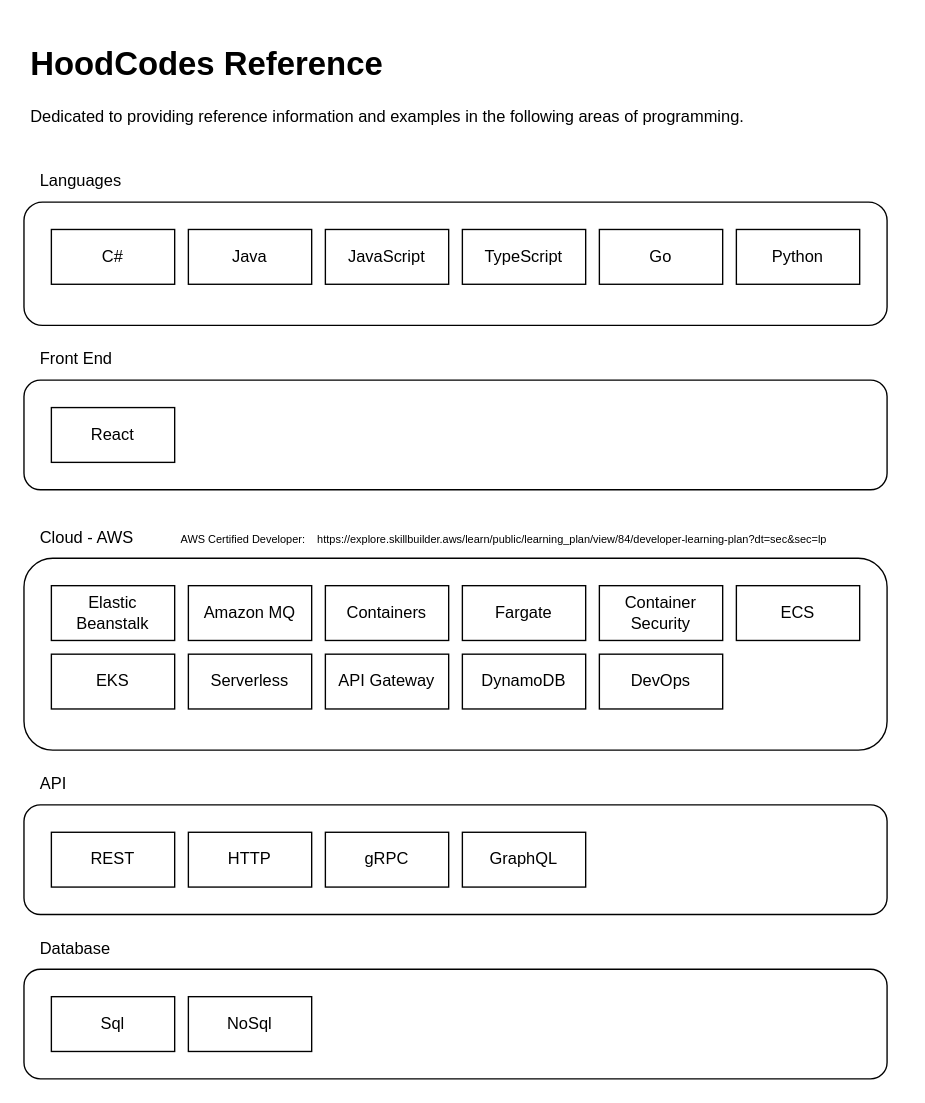
hoodcodes/hoodcodes-reference keeps this draw.io diagram as assets/Topics.drawio. Above is the earlier version. Source tidied: cells renumbered, new cells numbered last; positions are measured from the earlier drawing's top-left corner, leaving out a move shared by most shapes. Both pictures are drawn from the tidied source at 137%, with x=0, y=0 at pixel (23, 37).
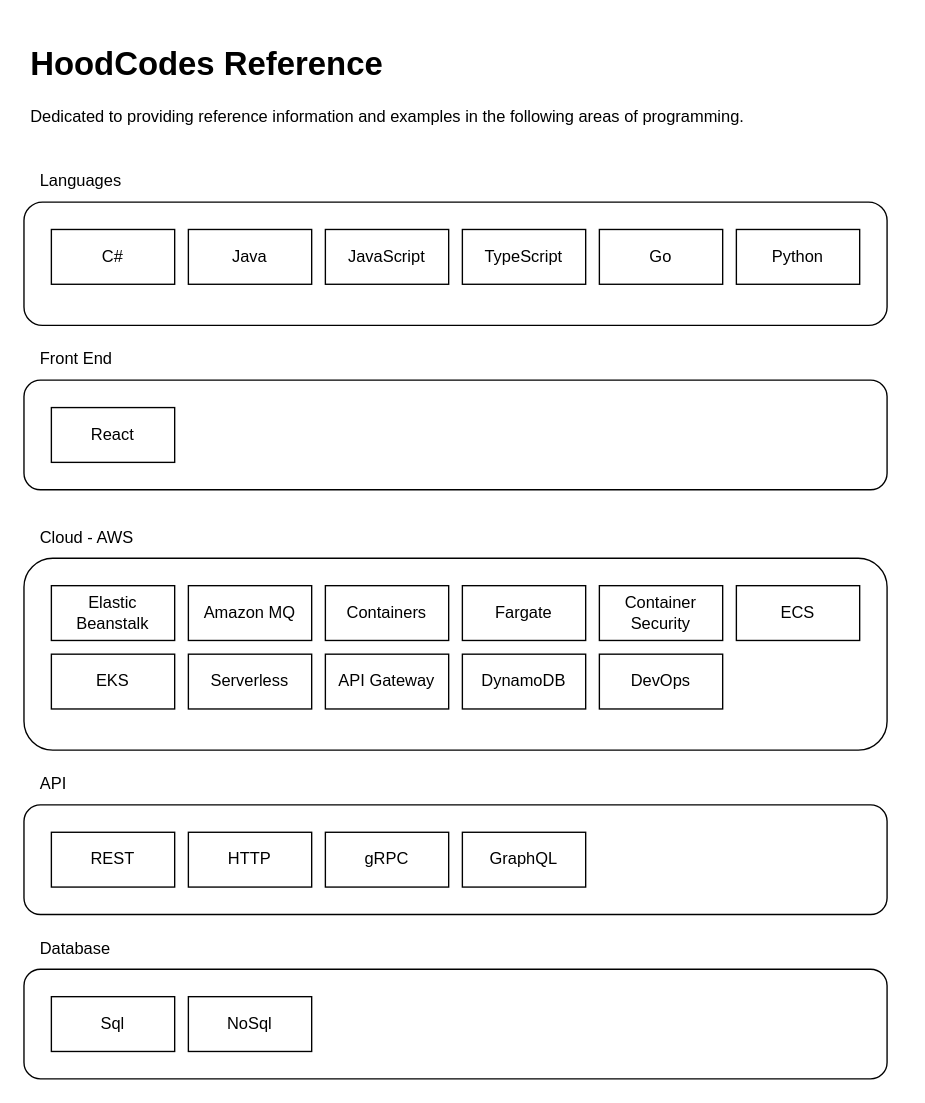
After the change.

The edit, as a diff of the source:
```diff
@@
-    <mxCell id="37" value="&lt;font style=&quot;font-size: 8px&quot;&gt;AWS Certified Developer:&amp;nbsp; &amp;nbsp; https://explore.skillbuilder.aws/learn/public/learning_plan/view/84/developer-learning-plan?dt=sec&amp;amp;sec=lp&lt;/font&gt;" style="text;html=1;strokeColor=none;fillColor=none;align=center;verticalAlign=middle;whiteSpace=wrap;rounded=0;" parent="1" vertex="1">
-      <mxGeometry x="101" y="350" width="499" height="30" as="geometry" />
-    </mxCell>
```
